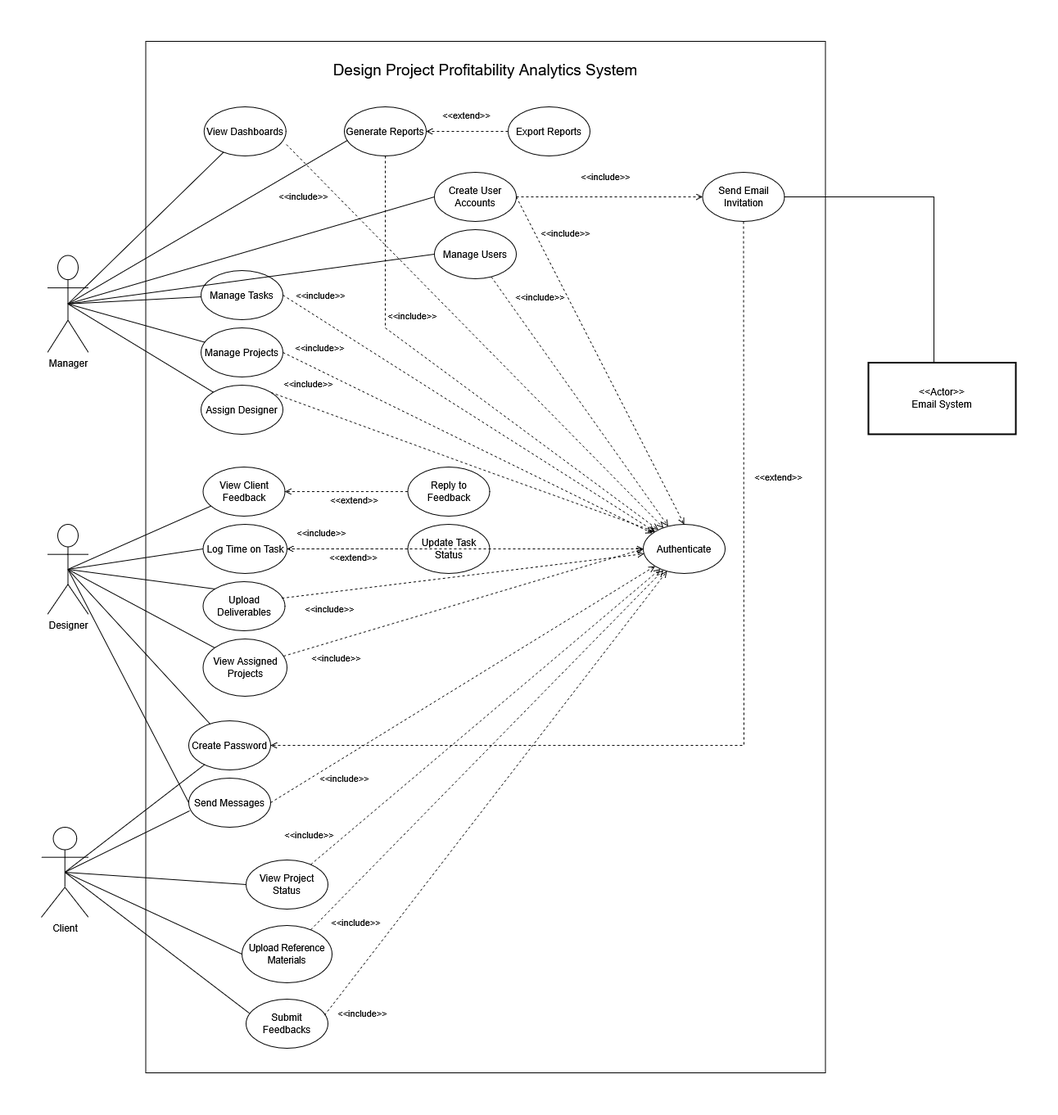
The draw.io diagram docs/diagrams/UseCaseGlobal.drawio.png in mahdi000666/design-analytics, before a commit. Source tidied: cells renumbered, new cells last; positions are measured from the earlier drawing's top-left corner, leaving out a move shared by most shapes.
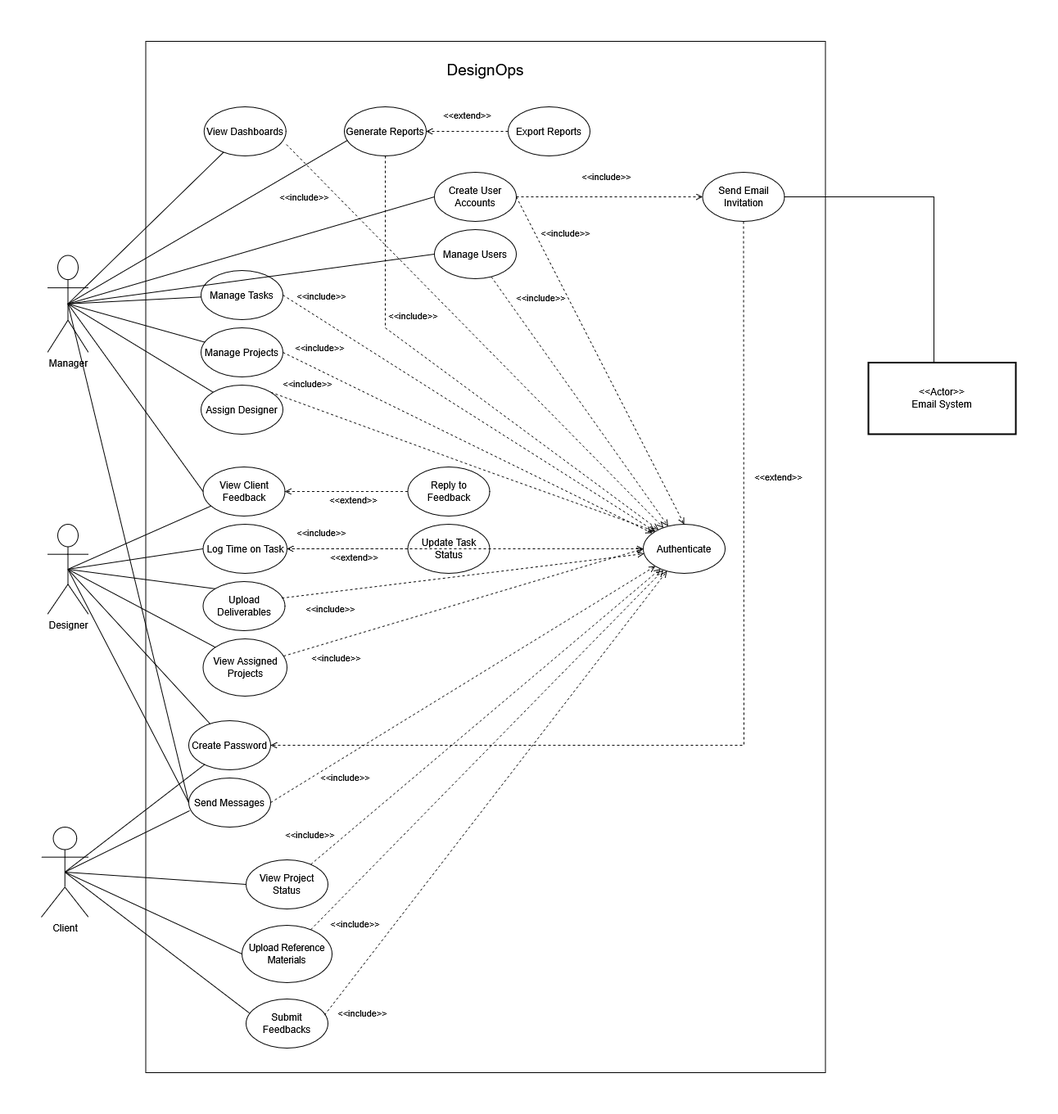
After the commit.

What changed in the source:
```diff
@@ -8,7 +8,7 @@
     <mxCell id="3" style="rounded=0;whiteSpace=wrap;html=1;" parent="1" vertex="1">
       <mxGeometry x="127.5" width="830" height="1260" as="geometry" />
     </mxCell>
-    <mxCell id="4" value="Design Project Profitability Analytics System" style="text;html=1;whiteSpace=wrap;strokeColor=none;fillColor=none;align=center;verticalAlign=middle;rounded=0;shadow=0;fontSize=19;" parent="1" vertex="1">
+    <mxCell id="4" value="DesignOps" style="text;html=1;whiteSpace=wrap;strokeColor=none;fillColor=none;align=center;verticalAlign=middle;rounded=0;shadow=0;fontSize=19;" parent="1" vertex="1">
       <mxGeometry x="350" y="10" width="385" height="50" as="geometry" />
     </mxCell>
     <mxCell id="5" value="Manage Projects" style="ellipse;whiteSpace=wrap;html=1;" parent="1" vertex="1">
@@ -221,5 +221,11 @@
     <mxCell id="66" value="&amp;lt;&amp;lt;include&amp;gt;&amp;gt;" style="html=1;verticalAlign=bottom;labelBackgroundColor=none;endArrow=open;endFill=0;dashed=1;rounded=0;exitX=1;exitY=0.5;exitDx=0;exitDy=0;entryX=0;entryY=1;entryDx=0;entryDy=0;" parent="1" edge="1" source="49" target="13">
       <mxGeometry x="-0.68" y="-30" relative="1" as="geometry" />
     </mxCell>
+    <mxCell id="67" style="edgeStyle=none;html=1;endArrow=none;verticalAlign=bottom;rounded=0;exitX=0.5;exitY=0.5;exitDx=0;exitDy=0;exitPerimeter=0;entryX=0;entryY=0.5;entryDx=0;entryDy=0;" parent="1" edge="1" source="2" target="28">
+      <mxGeometry relative="1" as="geometry" />
+    </mxCell>
+    <mxCell id="68" style="edgeStyle=none;html=1;endArrow=none;verticalAlign=bottom;rounded=0;exitX=0.5;exitY=0.5;exitDx=0;exitDy=0;exitPerimeter=0;entryX=0;entryY=0.5;entryDx=0;entryDy=0;" parent="1" edge="1" source="2" target="49">
+      <mxGeometry relative="1" as="geometry" />
+    </mxCell>
   </root>
 </mxGraphModel>
```
